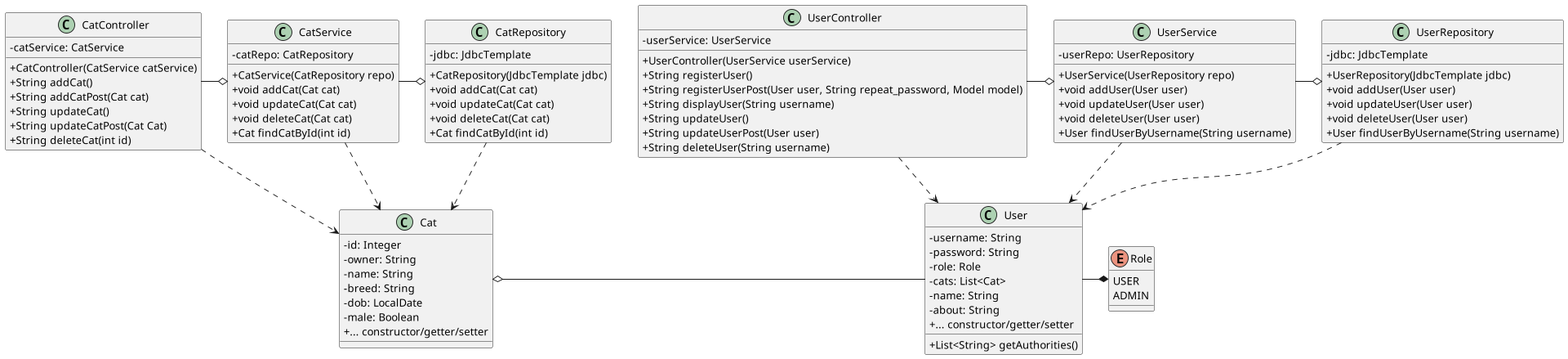
sofush/racekat keeps this PlantUML diagram as diagram/class-diagram.png. Above is the earlier version.
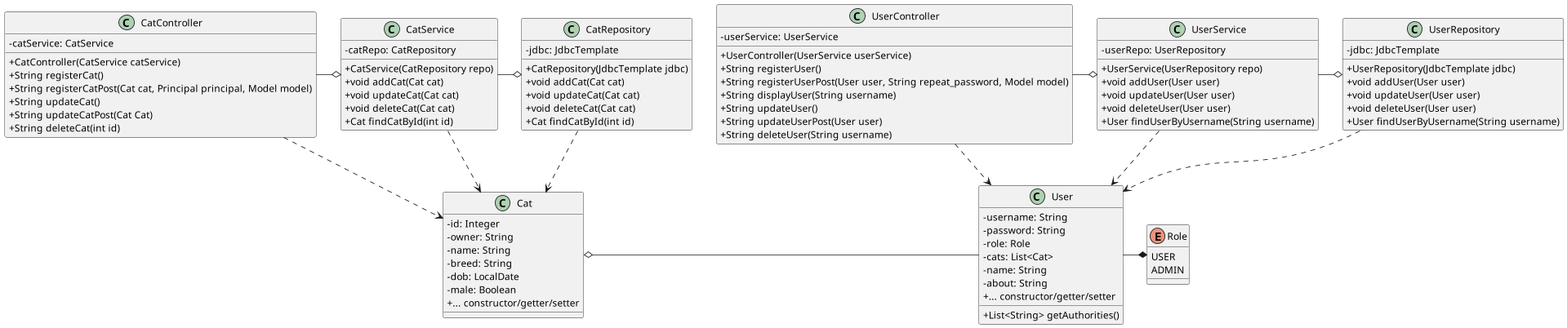
Above is the later version.

Change to the diagram source:
```diff
@@ -69,8 +69,8 @@
 class CatController {
 	- catService: CatService
 	+ CatController(CatService catService)
-	+ String addCat()
-	+ String addCatPost(Cat cat)
+	+ String registerCat()
+	+ String registerCatPost(Cat cat, Principal principal, Model model)
 	+ String updateCat()
 	+ String updateCatPost(Cat Cat)
 	+ String deleteCat(int id)
```
